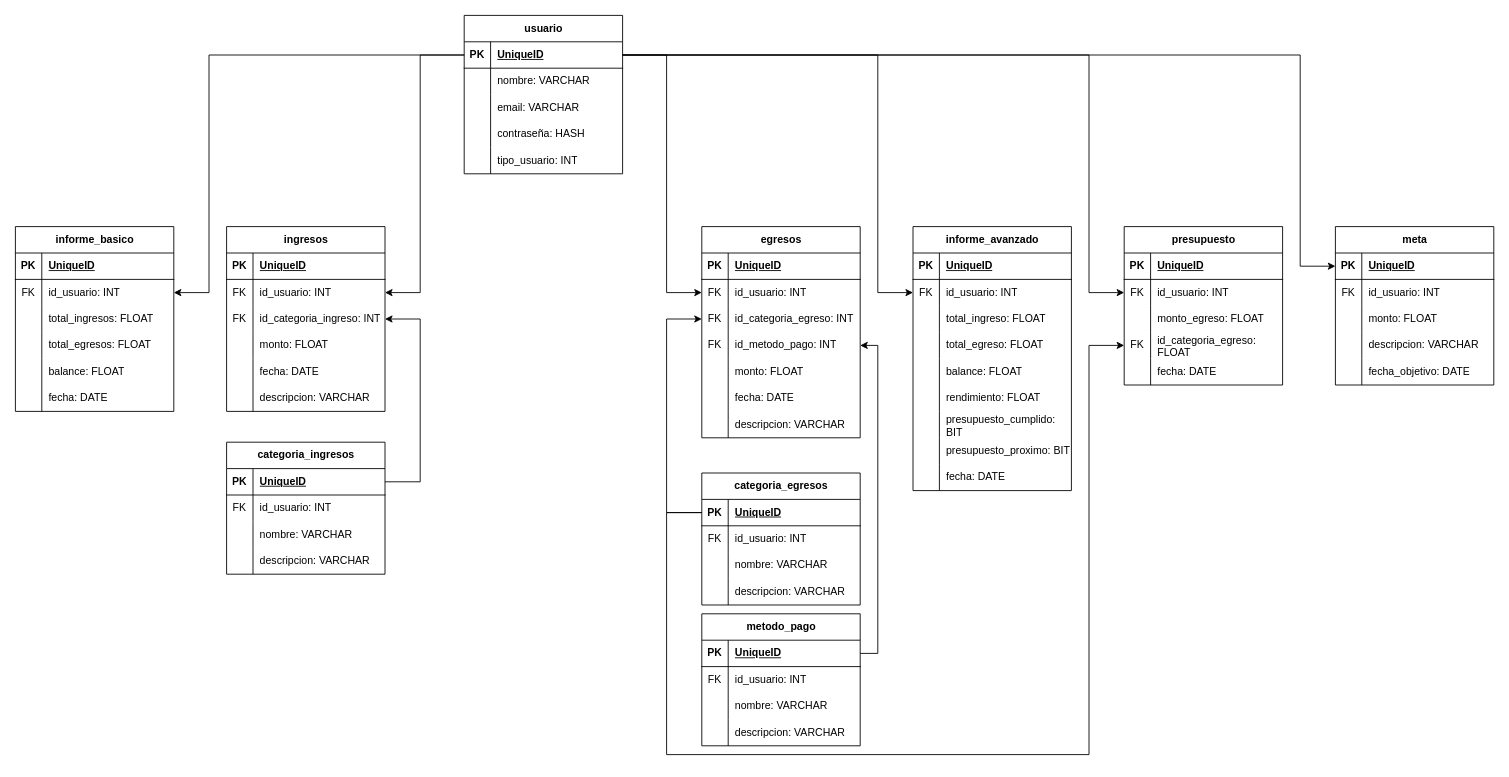
The draw.io diagram Biblioteca de Recursos/Diagramas/Diagrama DB Actualizado.drawio in FinTionPro/fintion-project, before the edit. Source tidied: cells renumbered, new cells numbered last; positions are measured from the earlier drawing's top-left corner, leaving out a move shared by most shapes. Both pictures are drawn from the tidied source at 88%, with x=0, y=0 at pixel (15, 15).
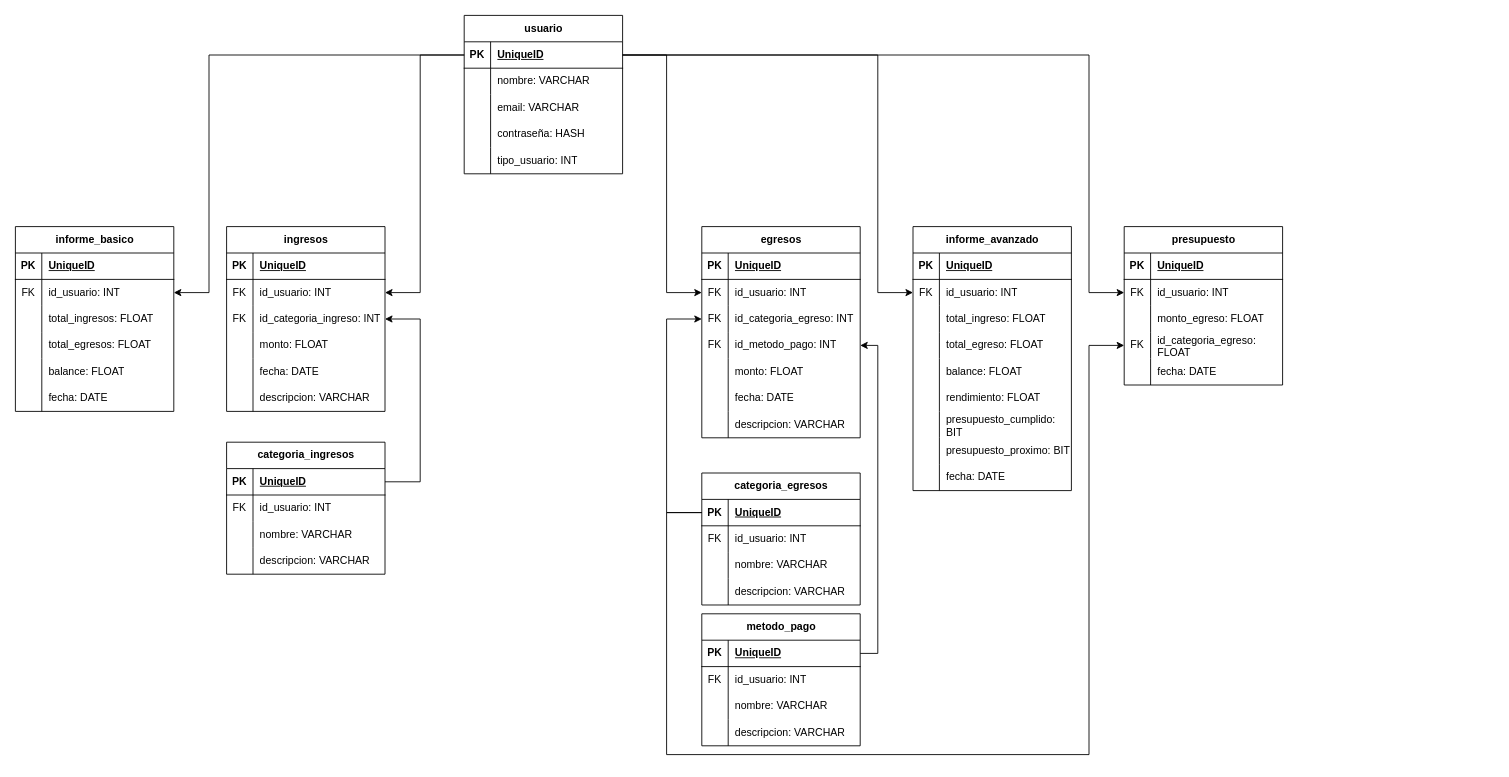
The same diagram, later.

Commit message:
Update diagrama db actualizado

The change refers to these unchanged cells:
```xml
<mxCell id="3" style="shape=tableRow;horizontal=0;startSize=0;swimlaneHead=0;swimlaneBody=0;fillColor=none;points=[[0,0.5],[1,0.5]];portConstraint=eastwest;top=0;left=0;right=0;bottom=1;" parent="2" vertex="1">
  <mxGeometry y="30" width="180" height="30" as="geometry" />
</mxCell>
```

Change to the diagram source:
```diff
@@
-    <mxCell id="170" value="meta" style="shape=table;startSize=30;childLayout=tableLayout;rowLines=0;fontStyle=1;align=center;html=1;" parent="1" vertex="1">
-      <mxGeometry x="1500" y="240" width="180" height="180" as="geometry" />
-    </mxCell>
-    <mxCell id="171" style="shape=tableRow;horizontal=0;startSize=0;swimlaneHead=0;swimlaneBody=0;fillColor=none;points=[[0,0.5],[1,0.5]];portConstraint=eastwest;top=0;left=0;right=0;bottom=1;" parent="170" vertex="1">
-      <mxGeometry y="30" width="180" height="30" as="geometry" />
-    </mxCell>
-    <mxCell id="172" value="PK" style="shape=partialRectangle;fillColor=none;top=0;left=0;bottom=0;right=0;fontStyle=1;overflow=hidden;whiteSpace=wrap;html=1;" parent="171" vertex="1">
-      <mxGeometry width="30" height="30" as="geometry" />
-    </mxCell>
-    <mxCell id="173" value="UniqueID" style="shape=partialRectangle;fillColor=none;top=0;left=0;bottom=0;right=0;align=left;spacingLeft=6;fontStyle=5;overflow=hidden;whiteSpace=wrap;html=1;" parent="171" vertex="1">
-      <mxGeometry x="30" width="150" height="30" as="geometry" />
-    </mxCell>
-    <mxCell id="174" style="shape=tableRow;horizontal=0;startSize=0;swimlaneHead=0;swimlaneBody=0;fillColor=none;top=0;left=0;right=0;bottom=0;" parent="170" vertex="1">
-      <mxGeometry y="60" width="180" height="30" as="geometry" />
-    </mxCell>
-    <mxCell id="175" value="FK" style="shape=partialRectangle;fillColor=none;top=0;left=0;bottom=0;right=0;overflow=hidden;whiteSpace=wrap;html=1;" parent="174" vertex="1">
-      <mxGeometry width="30" height="30" as="geometry" />
-    </mxCell>
-    <mxCell id="176" value="id_usuario: INT" style="shape=partialRectangle;fillColor=none;top=0;left=0;bottom=0;right=0;align=left;spacingLeft=6;overflow=hidden;whiteSpace=wrap;html=1;" parent="174" vertex="1">
-      <mxGeometry x="30" width="150" height="30" as="geometry" />
-    </mxCell>
-    <mxCell id="177" style="shape=tableRow;horizontal=0;startSize=0;swimlaneHead=0;swimlaneBody=0;fillColor=none;top=0;left=0;right=0;bottom=0;" parent="170" vertex="1">
-      <mxGeometry y="90" width="180" height="30" as="geometry" />
-    </mxCell>
-    <mxCell id="178" style="shape=partialRectangle;fillColor=none;top=0;left=0;bottom=0;right=0;overflow=hidden;whiteSpace=wrap;html=1;" parent="177" vertex="1">
-      <mxGeometry width="30" height="30" as="geometry" />
-    </mxCell>
-    <mxCell id="179" value="monto: FLOAT" style="shape=partialRectangle;fillColor=none;top=0;left=0;bottom=0;right=0;align=left;spacingLeft=6;overflow=hidden;whiteSpace=wrap;html=1;" parent="177" vertex="1">
-      <mxGeometry x="30" width="150" height="30" as="geometry" />
-    </mxCell>
-    <mxCell id="180" style="shape=tableRow;horizontal=0;startSize=0;swimlaneHead=0;swimlaneBody=0;fillColor=none;top=0;left=0;right=0;bottom=0;" parent="170" vertex="1">
-      <mxGeometry y="120" width="180" height="30" as="geometry" />
-    </mxCell>
-    <mxCell id="181" style="shape=partialRectangle;fillColor=none;top=0;left=0;bottom=0;right=0;overflow=hidden;whiteSpace=wrap;html=1;" parent="180" vertex="1">
-      <mxGeometry width="30" height="30" as="geometry" />
-    </mxCell>
-    <mxCell id="182" value="descripcion: VARCHAR" style="shape=partialRectangle;fillColor=none;top=0;left=0;bottom=0;right=0;align=left;spacingLeft=6;overflow=hidden;whiteSpace=wrap;html=1;" parent="180" vertex="1">
-      <mxGeometry x="30" width="150" height="30" as="geometry" />
-    </mxCell>
-    <mxCell id="183" style="shape=tableRow;horizontal=0;startSize=0;swimlaneHead=0;swimlaneBody=0;fillColor=none;top=0;left=0;right=0;bottom=0;" parent="170" vertex="1">
-      <mxGeometry y="150" width="180" height="30" as="geometry" />
-    </mxCell>
-    <mxCell id="184" style="shape=partialRectangle;fillColor=none;top=0;left=0;bottom=0;right=0;overflow=hidden;whiteSpace=wrap;html=1;" parent="183" vertex="1">
-      <mxGeometry width="30" height="30" as="geometry" />
-    </mxCell>
-    <mxCell id="185" value="fecha_objetivo: DATE" style="shape=partialRectangle;fillColor=none;top=0;left=0;bottom=0;right=0;align=left;spacingLeft=6;overflow=hidden;whiteSpace=wrap;html=1;" parent="183" vertex="1">
-      <mxGeometry x="30" width="150" height="30" as="geometry" />
-    </mxCell>
-    <mxCell id="186" style="edgeStyle=orthogonalEdgeStyle;rounded=0;jettySize=auto;html=1;exitX=1;exitY=0.5;exitDx=0;exitDy=0;entryX=0;entryY=0.5;entryDx=0;entryDy=0;" parent="1" edge="1" source="3" target="171">
-      <mxGeometry relative="1" as="geometry">
-        <Array as="points">
-          <mxPoint x="1460" y="45" />
-          <mxPoint x="1460" y="285" />
-        </Array>
-      </mxGeometry>
-    </mxCell>
```
